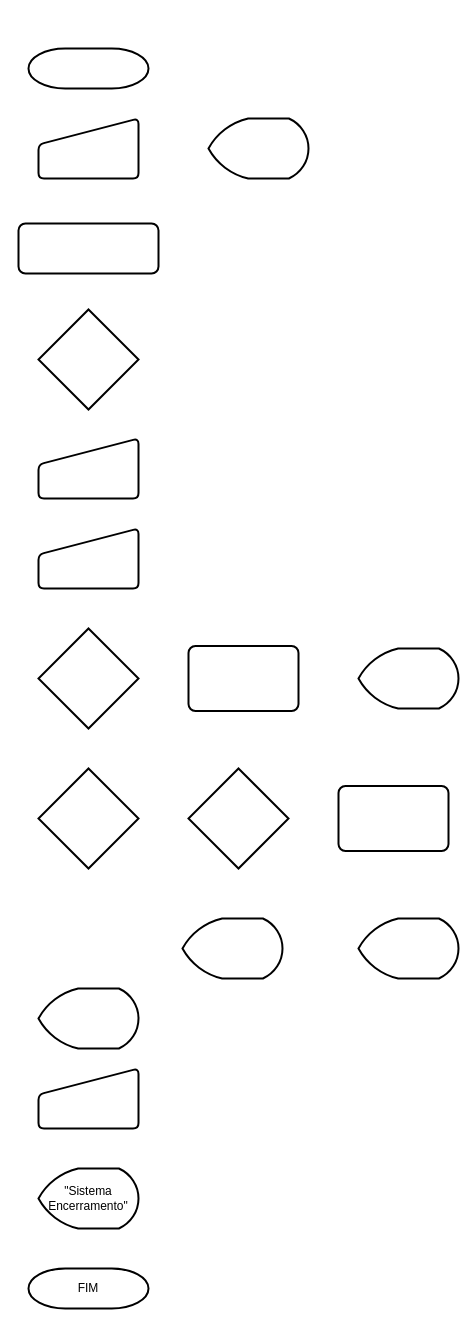
Earlier version of the draw.io diagram Diagrama sem nome.drawio (Brun0-ap/senai-fullstack-versoes). Source tidied: cells renumbered, new cells numbered last; positions are measured from the earlier drawing's top-left corner, leaving out a move shared by most shapes. Both pictures are drawn from the tidied source at 100%, with x=0, y=0 at pixel (18, 48).
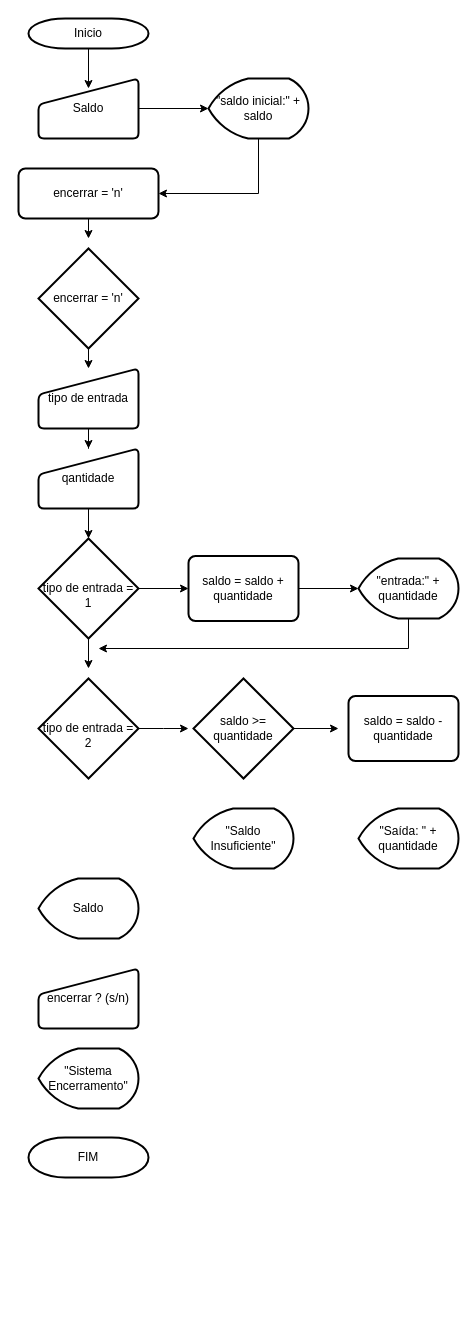
Above is the later version.

Change to the diagram source:
```diff
@@
+    <mxCell id="21" style="edgeStyle=orthogonalEdgeStyle;rounded=0;jettySize=auto;html=1;entryX=0.5;entryY=0.167;entryDx=0;entryDy=0;entryPerimeter=0;" parent="1" edge="1" source="2" target="3">
+      <mxGeometry relative="1" as="geometry" />
+    </mxCell>
-    <mxCell id="2" style="strokeWidth=2;html=1;shape=mxgraph.flowchart.terminator;whiteSpace=wrap;" parent="1" vertex="1">
-      <mxGeometry x="10" width="120" height="40" as="geometry" />
+    <mxCell id="2" value="Inicio" style="strokeWidth=2;html=1;shape=mxgraph.flowchart.terminator;whiteSpace=wrap;" parent="1" vertex="1">
+      <mxGeometry x="10" y="-30" width="120" height="30" as="geometry" />
     </mxCell>
+    <mxCell id="22" style="edgeStyle=orthogonalEdgeStyle;rounded=0;jettySize=auto;html=1;exitX=1;exitY=0.5;exitDx=0;exitDy=0;entryX=0;entryY=0.5;entryDx=0;entryDy=0;entryPerimeter=0;" parent="1" edge="1" source="3" target="4">
+      <mxGeometry relative="1" as="geometry" />
+    </mxCell>
-    <mxCell id="3" style="html=1;strokeWidth=2;shape=manualInput;whiteSpace=wrap;rounded=1;size=26;arcSize=11;" parent="1" vertex="1">
-      <mxGeometry x="20" y="70" width="100" height="60" as="geometry" />
+    <mxCell id="3" value="Saldo" style="html=1;strokeWidth=2;shape=manualInput;whiteSpace=wrap;rounded=1;size=26;arcSize=11;" parent="1" vertex="1">
+      <mxGeometry x="20" y="30" width="100" height="60" as="geometry" />
     </mxCell>
+    <mxCell id="23" style="edgeStyle=orthogonalEdgeStyle;rounded=0;jettySize=auto;html=1;exitX=0.5;exitY=1;exitDx=0;exitDy=0;exitPerimeter=0;entryX=1;entryY=0.5;entryDx=0;entryDy=0;" parent="1" edge="1" source="4" target="5">
+      <mxGeometry relative="1" as="geometry" />
+    </mxCell>
-    <mxCell id="4" style="strokeWidth=2;html=1;shape=mxgraph.flowchart.display;whiteSpace=wrap;" parent="1" vertex="1">
-      <mxGeometry x="190" y="70" width="100" height="60" as="geometry" />
+    <mxCell id="4" value="&quot;saldo inicial:&quot; + saldo" style="strokeWidth=2;html=1;shape=mxgraph.flowchart.display;whiteSpace=wrap;" parent="1" vertex="1">
+      <mxGeometry x="190" y="30" width="100" height="60" as="geometry" />
     </mxCell>
+    <mxCell id="24" style="edgeStyle=orthogonalEdgeStyle;rounded=0;jettySize=auto;html=1;exitX=0.5;exitY=1;exitDx=0;exitDy=0;" parent="1" edge="1" source="5">
+      <mxGeometry relative="1" as="geometry">
+        <mxPoint x="70" y="190" as="targetPoint" />
+      </mxGeometry>
+    </mxCell>
-    <mxCell id="5" style="rounded=1;whiteSpace=wrap;html=1;absoluteArcSize=1;arcSize=14;strokeWidth=2;" parent="1" vertex="1">
-      <mxGeometry y="175" width="140" height="50" as="geometry" />
+    <mxCell id="5" value="encerrar = 'n'" style="rounded=1;whiteSpace=wrap;html=1;absoluteArcSize=1;arcSize=14;strokeWidth=2;" parent="1" vertex="1">
+      <mxGeometry y="120" width="140" height="50" as="geometry" />
     </mxCell>
+    <mxCell id="25" style="edgeStyle=orthogonalEdgeStyle;rounded=0;jettySize=auto;html=1;exitX=0.5;exitY=1;exitDx=0;exitDy=0;exitPerimeter=0;entryX=0.5;entryY=0;entryDx=0;entryDy=0;" parent="1" edge="1" source="6" target="8">
+      <mxGeometry relative="1" as="geometry" />
+    </mxCell>
-    <mxCell id="6" style="strokeWidth=2;html=1;shape=mxgraph.flowchart.decision;whiteSpace=wrap;" parent="1" vertex="1">
-      <mxGeometry x="20" y="261" width="100" height="100" as="geometry" />
+    <mxCell id="6" value="encerrar = 'n'" style="strokeWidth=2;html=1;shape=mxgraph.flowchart.decision;whiteSpace=wrap;" parent="1" vertex="1">
+      <mxGeometry x="20" y="200" width="100" height="100" as="geometry" />
     </mxCell>
+    <mxCell id="26" style="edgeStyle=orthogonalEdgeStyle;rounded=0;jettySize=auto;html=1;exitX=0.5;exitY=1;exitDx=0;exitDy=0;entryX=0.5;entryY=0;entryDx=0;entryDy=0;entryPerimeter=0;" parent="1" edge="1" source="7" target="9">
+      <mxGeometry relative="1" as="geometry" />
+    </mxCell>
-    <mxCell id="7" style="html=1;strokeWidth=2;shape=manualInput;whiteSpace=wrap;rounded=1;size=26;arcSize=11;" parent="1" vertex="1">
-      <mxGeometry x="20" y="480" width="100" height="60" as="geometry" />
+    <mxCell id="7" value="qantidade" style="html=1;strokeWidth=2;shape=manualInput;whiteSpace=wrap;rounded=1;size=26;arcSize=11;" parent="1" vertex="1">
+      <mxGeometry x="20" y="400" width="100" height="60" as="geometry" />
     </mxCell>
+    <mxCell id="27" style="edgeStyle=orthogonalEdgeStyle;rounded=0;jettySize=auto;html=1;exitX=0.5;exitY=1;exitDx=0;exitDy=0;" parent="1" edge="1" source="8" target="7">
+      <mxGeometry relative="1" as="geometry" />
+    </mxCell>
-    <mxCell id="8" style="html=1;strokeWidth=2;shape=manualInput;whiteSpace=wrap;rounded=1;size=26;arcSize=11;" parent="1" vertex="1">
-      <mxGeometry x="20" y="390" width="100" height="60" as="geometry" />
+    <mxCell id="8" value="tipo de entrada" style="html=1;strokeWidth=2;shape=manualInput;whiteSpace=wrap;rounded=1;size=26;arcSize=11;" parent="1" vertex="1">
+      <mxGeometry x="20" y="320" width="100" height="60" as="geometry" />
     </mxCell>
+    <mxCell id="28" style="edgeStyle=orthogonalEdgeStyle;rounded=0;jettySize=auto;html=1;entryX=0;entryY=0.5;entryDx=0;entryDy=0;" parent="1" edge="1" source="9" target="11">
+      <mxGeometry relative="1" as="geometry" />
+    </mxCell>
+    <mxCell id="29" style="edgeStyle=orthogonalEdgeStyle;rounded=0;jettySize=auto;html=1;exitX=0.5;exitY=1;exitDx=0;exitDy=0;exitPerimeter=0;" parent="1" edge="1" source="9">
+      <mxGeometry relative="1" as="geometry">
+        <mxPoint x="70" y="620" as="targetPoint" />
+      </mxGeometry>
+    </mxCell>
-    <mxCell id="9" style="strokeWidth=2;html=1;shape=mxgraph.flowchart.decision;whiteSpace=wrap;" parent="1" vertex="1">
-      <mxGeometry x="20" y="580" width="100" height="100" as="geometry" />
+    <mxCell id="9" value="&lt;br&gt;tipo de entrada = 1" style="strokeWidth=2;html=1;shape=mxgraph.flowchart.decision;whiteSpace=wrap;" parent="1" vertex="1">
+      <mxGeometry x="20" y="490" width="100" height="100" as="geometry" />
     </mxCell>
+    <mxCell id="30" style="edgeStyle=orthogonalEdgeStyle;rounded=0;jettySize=auto;html=1;" parent="1" edge="1" source="10">
+      <mxGeometry relative="1" as="geometry">
+        <mxPoint x="80" y="600" as="targetPoint" />
+        <Array as="points">
+          <mxPoint x="390" y="600" />
+        </Array>
+      </mxGeometry>
+    </mxCell>
-    <mxCell id="10" style="strokeWidth=2;html=1;shape=mxgraph.flowchart.display;whiteSpace=wrap;" parent="1" vertex="1">
-      <mxGeometry x="340" y="600" width="100" height="60" as="geometry" />
+    <mxCell id="10" value="&quot;entrada:&quot; + quantidade" style="strokeWidth=2;html=1;shape=mxgraph.flowchart.display;whiteSpace=wrap;" parent="1" vertex="1">
+      <mxGeometry x="340" y="510" width="100" height="60" as="geometry" />
     </mxCell>
+    <mxCell id="31" style="edgeStyle=orthogonalEdgeStyle;rounded=0;jettySize=auto;html=1;entryX=0;entryY=0.5;entryDx=0;entryDy=0;entryPerimeter=0;" parent="1" edge="1" source="11" target="10">
+      <mxGeometry relative="1" as="geometry" />
+    </mxCell>
-    <mxCell id="11" style="rounded=1;whiteSpace=wrap;html=1;absoluteArcSize=1;arcSize=14;strokeWidth=2;" parent="1" vertex="1">
-      <mxGeometry x="170" y="597.5" width="110" height="65" as="geometry" />
+    <mxCell id="11" value="saldo = saldo + quantidade" style="rounded=1;whiteSpace=wrap;html=1;absoluteArcSize=1;arcSize=14;strokeWidth=2;" parent="1" vertex="1">
+      <mxGeometry x="170" y="507.5" width="110" height="65" as="geometry" />
     </mxCell>
+    <mxCell id="32" style="edgeStyle=orthogonalEdgeStyle;rounded=0;jettySize=auto;html=1;exitX=1;exitY=0.5;exitDx=0;exitDy=0;exitPerimeter=0;" parent="1" edge="1" source="12">
+      <mxGeometry relative="1" as="geometry">
+        <mxPoint x="320" y="680" as="targetPoint" />
+      </mxGeometry>
+    </mxCell>
-    <mxCell id="12" style="strokeWidth=2;html=1;shape=mxgraph.flowchart.decision;whiteSpace=wrap;" parent="1" vertex="1">
-      <mxGeometry x="170" y="720" width="100" height="100" as="geometry" />
+    <mxCell id="12" value="saldo &amp;gt;= quantidade" style="strokeWidth=2;html=1;shape=mxgraph.flowchart.decision;whiteSpace=wrap;" parent="1" vertex="1">
+      <mxGeometry x="175" y="630" width="100" height="100" as="geometry" />
     </mxCell>
+    <mxCell id="33" style="edgeStyle=orthogonalEdgeStyle;rounded=0;jettySize=auto;html=1;" parent="1" edge="1" source="13">
+      <mxGeometry relative="1" as="geometry">
+        <mxPoint x="170" y="680" as="targetPoint" />
+      </mxGeometry>
+    </mxCell>
-    <mxCell id="13" style="strokeWidth=2;html=1;shape=mxgraph.flowchart.decision;whiteSpace=wrap;" parent="1" vertex="1">
-      <mxGeometry x="20" y="720" width="100" height="100" as="geometry" />
+    <mxCell id="13" value="&lt;br&gt;tipo de entrada = &lt;br&gt;2" style="strokeWidth=2;html=1;shape=mxgraph.flowchart.decision;whiteSpace=wrap;" parent="1" vertex="1">
+      <mxGeometry x="20" y="630" width="100" height="100" as="geometry" />
     </mxCell>
-    <mxCell id="14" style="rounded=1;whiteSpace=wrap;html=1;absoluteArcSize=1;arcSize=14;strokeWidth=2;" parent="1" vertex="1">
-      <mxGeometry x="320" y="737.5" width="110" height="65" as="geometry" />
+    <mxCell id="14" value="saldo = saldo - quantidade" style="rounded=1;whiteSpace=wrap;html=1;absoluteArcSize=1;arcSize=14;strokeWidth=2;" parent="1" vertex="1">
+      <mxGeometry x="330" y="647.5" width="110" height="65" as="geometry" />
     </mxCell>
-    <mxCell id="15" style="strokeWidth=2;html=1;shape=mxgraph.flowchart.display;whiteSpace=wrap;" parent="1" vertex="1">
-      <mxGeometry x="340" y="870" width="100" height="60" as="geometry" />
+    <mxCell id="15" value="&quot;Saída: &quot; + quantidade" style="strokeWidth=2;html=1;shape=mxgraph.flowchart.display;whiteSpace=wrap;" parent="1" vertex="1">
+      <mxGeometry x="340" y="760" width="100" height="60" as="geometry" />
     </mxCell>
-    <mxCell id="16" style="strokeWidth=2;html=1;shape=mxgraph.flowchart.display;whiteSpace=wrap;" parent="1" vertex="1">
-      <mxGeometry x="164" y="870" width="100" height="60" as="geometry" />
+    <mxCell id="16" value="&quot;Saldo Insuficiente&quot;" style="strokeWidth=2;html=1;shape=mxgraph.flowchart.display;whiteSpace=wrap;" parent="1" vertex="1">
+      <mxGeometry x="175" y="760" width="100" height="60" as="geometry" />
     </mxCell>
     <mxCell id="17" value="&quot;Sistema Encerramento&quot;" style="strokeWidth=2;html=1;shape=mxgraph.flowchart.display;whiteSpace=wrap;" parent="1" vertex="1">
-      <mxGeometry x="20" y="1120" width="100" height="60" as="geometry" />
+      <mxGeometry x="20" y="1000" width="100" height="60" as="geometry" />
     </mxCell>
-    <mxCell id="18" style="strokeWidth=2;html=1;shape=mxgraph.flowchart.display;whiteSpace=wrap;" parent="1" vertex="1">
-      <mxGeometry x="20" y="940" width="100" height="60" as="geometry" />
+    <mxCell id="18" value="Saldo" style="strokeWidth=2;html=1;shape=mxgraph.flowchart.display;whiteSpace=wrap;" parent="1" vertex="1">
+      <mxGeometry x="20" y="830" width="100" height="60" as="geometry" />
     </mxCell>
-    <mxCell id="19" style="html=1;strokeWidth=2;shape=manualInput;whiteSpace=wrap;rounded=1;size=26;arcSize=11;" parent="1" vertex="1">
-      <mxGeometry x="20" y="1020" width="100" height="60" as="geometry" />
+    <mxCell id="19" value="encerrar ? (s/n)" style="html=1;strokeWidth=2;shape=manualInput;whiteSpace=wrap;rounded=1;size=26;arcSize=11;" parent="1" vertex="1">
+      <mxGeometry x="20" y="920" width="100" height="60" as="geometry" />
     </mxCell>
     <mxCell id="20" value="FIM" style="strokeWidth=2;html=1;shape=mxgraph.flowchart.terminator;whiteSpace=wrap;" parent="1" vertex="1">
-      <mxGeometry x="10" y="1220" width="120" height="40" as="geometry" />
+      <mxGeometry x="10" y="1089" width="120" height="40" as="geometry" />
     </mxCell>
```
